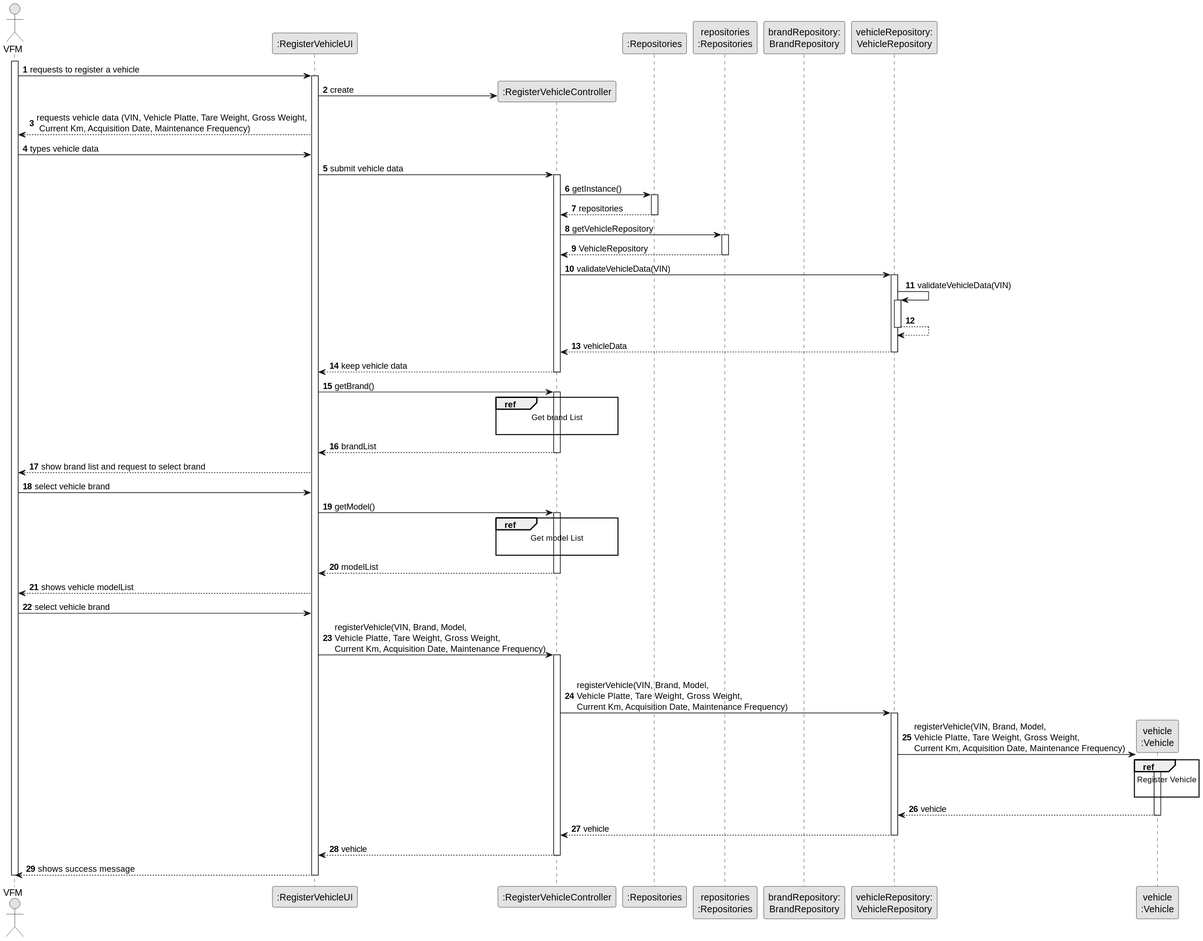
This is docs/sprintB/us006/03.design/svg/us006-sequence-diagram-split.svg from ricardomm7/leaflink, a PlantUML export, as it was before one commit.
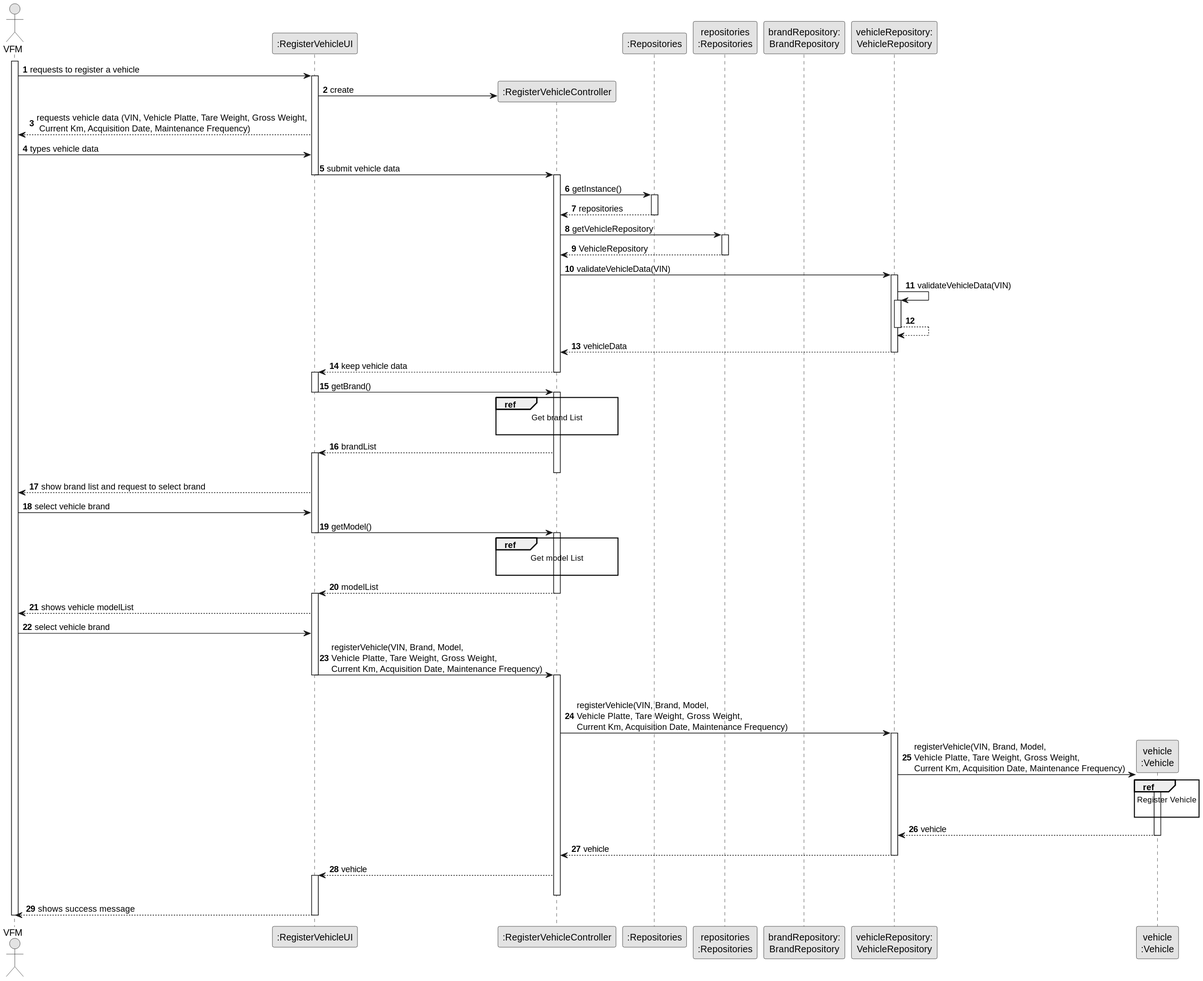
The same diagram one commit later.

Diff of the diagram source:
```diff
@@ -27,6 +27,7 @@
     VFM -> UI : types vehicle data
 
         UI -> CTRL : submit vehicle data
+        deactivate UI
         activate CTRL
 
             CTRL -> RepositorySingleton: getInstance()
@@ -57,8 +58,10 @@
 
         CTRL --> UI : keep vehicle data
         deactivate CTRL
+        activate UI
 
         UI -> CTRL : getBrand()
+        deactivate UI
         activate CTRL
 
             ref over CTRL
@@ -67,6 +70,7 @@
                                         end ref
 
             CTRL --> UI: brandList
+            activate UI
             deactivate CTRL
 
 
@@ -76,6 +80,7 @@
     VFM -> UI : select vehicle brand
 
     UI -> CTRL : getModel()
+    deactivate UI
     activate CTRL
 
         ref over CTRL
@@ -87,6 +92,7 @@
 
     CTRL --> UI: modelList
     deactivate CTRL
+    activate UI
 
 
         UI --> VFM : shows vehicle modelList
@@ -94,6 +100,7 @@
     VFM -> UI : select vehicle brand
 
         UI -> CTRL : registerVehicle(VIN, Brand, Model, \nVehicle Platte, Tare Weight, Gross Weight, \nCurrent Km, Acquisition Date, Maintenance Frequency)
+        deactivate UI
         activate CTRL
 
             |||
@@ -118,6 +125,7 @@
             deactivate VehicleRepository
 
             CTRL --> UI: vehicle
+activate UI
 deactivate CTRL
         UI --> VFM : shows success message
     deactivate UI
```
